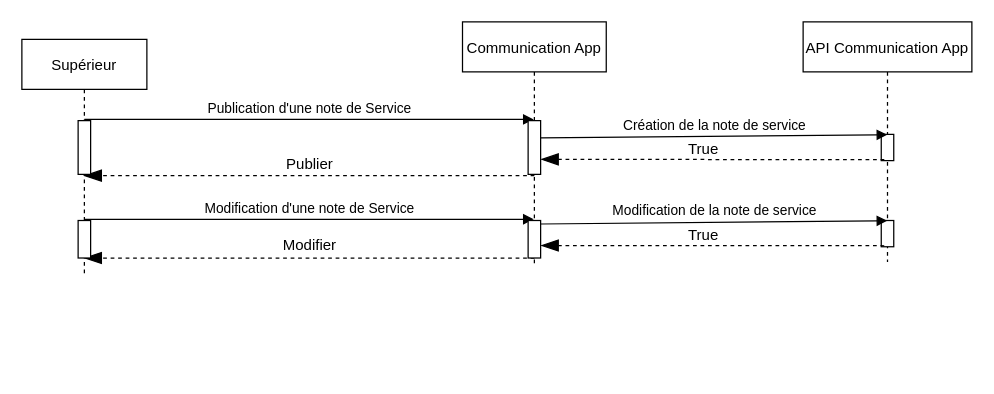
Before: page "Page-4" (4 of 5) of Diagramme sans nom.drawio in LewisYann/App-Asterisk, a draw.io diagram. Source tidied: cells renumbered, new cells numbered last; positions are measured from the earlier drawing's top-left corner, leaving out a move shared by most shapes. Both pictures are drawn from the tidied source at 125%, with x=0, y=0 at pixel (21, 21).
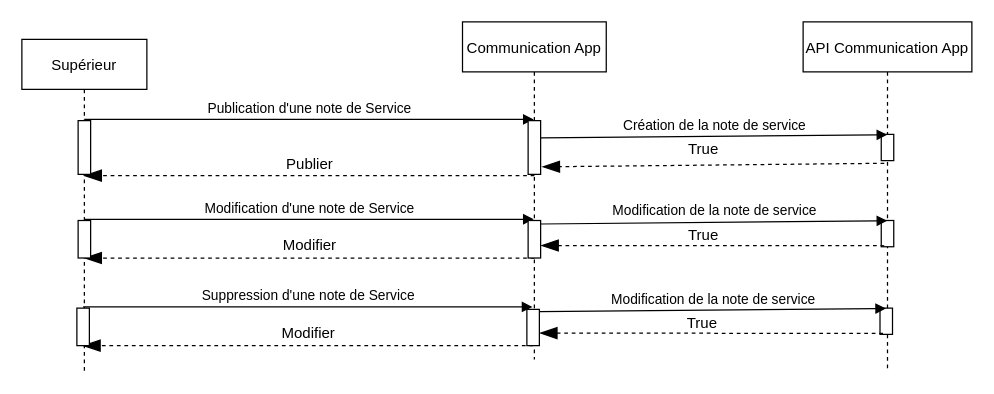
The same diagram, later.

Commit message:
Mettre à jour Diagramme sans nom.drawio

The change refers to these unchanged cells:
```xml
<mxCell id="9" style="points=[];perimeter=orthogonalPerimeter;rounded=0;shadow=0;strokeWidth=1;" parent="1" vertex="1">
  <mxGeometry x="405" y="79" width="10" height="43" as="geometry" />
</mxCell>
```

Change to the diagram source:
```diff
@@
     <mxCell id="2" value="Communication App" style="shape=umlLifeline;perimeter=lifelinePerimeter;rounded=0;shadow=0;strokeWidth=1;" parent="1" vertex="1">
-      <mxGeometry x="352.5" width="115" height="194" as="geometry" />
+      <mxGeometry x="352.5" width="115" height="270" as="geometry" />
     </mxCell>
     <mxCell id="3" value="Supérieur" style="shape=umlLifeline;perimeter=lifelinePerimeter;rounded=0;shadow=0;strokeWidth=1;" parent="1" vertex="1">
-      <mxGeometry y="14" width="100" height="188" as="geometry" />
+      <mxGeometry y="14" width="100" height="266" as="geometry" />
     </mxCell>
     <mxCell id="4" value="API Communication App" style="shape=umlLifeline;perimeter=lifelinePerimeter;rounded=0;shadow=0;strokeWidth=1;" parent="1" vertex="1">
-      <mxGeometry x="625" width="135" height="192" as="geometry" />
+      <mxGeometry x="625" width="135" height="280" as="geometry" />
     </mxCell>
@@
-    <mxCell id="17" style="endArrow=blockThin;endFill=1;endSize=12;html=1;dashed=1;exitX=0.481;exitY=0.574;exitDx=0;exitDy=0;exitPerimeter=0;" parent="1" edge="1" source="4">
-      <mxGeometry relative="1" as="geometry">
-        <mxPoint x="415" y="110" as="targetPoint" />
-      </mxGeometry>
+    <mxCell id="17" style="endArrow=blockThin;endFill=1;endSize=12;html=1;dashed=1;exitX=0.481;exitY=0.404;exitDx=0;exitDy=0;exitPerimeter=0;entryX=1.1;entryY=0.86;entryDx=0;entryDy=0;entryPerimeter=0;" parent="1" edge="1" source="4" target="9">
+      <mxGeometry relative="1" as="geometry" />
     </mxCell>
@@
+    <mxCell id="23" value="Suppression d'une note de Service" style="html=1;verticalAlign=bottom;endArrow=block;strokeColor=#000000;" parent="1" edge="1">
+      <mxGeometry relative="1" as="geometry">
+        <mxPoint x="49" y="228" as="sourcePoint" />
+        <mxPoint x="408.5" y="228" as="targetPoint" />
+        <Array as="points">
+          <mxPoint x="69" y="228" />
+          <mxPoint x="149" y="228" />
+          <mxPoint x="219" y="228" />
+        </Array>
+      </mxGeometry>
+    </mxCell>
+    <mxCell id="24" style="endArrow=blockThin;endFill=1;endSize=12;html=1;dashed=1;exitX=0.5;exitY=1;exitDx=0;exitDy=0;exitPerimeter=0;" parent="1" edge="1">
+      <mxGeometry relative="1" as="geometry">
+        <mxPoint x="409" y="259" as="sourcePoint" />
+        <mxPoint x="48.5" y="259" as="targetPoint" />
+      </mxGeometry>
+    </mxCell>
+    <mxCell id="25" style="perimeter=orthogonalPerimeter;rounded=0;shadow=0;strokeWidth=1;" parent="1" vertex="1">
+      <mxGeometry x="44" y="229" width="10" height="30" as="geometry" />
+    </mxCell>
+    <mxCell id="26" value="Modifier" style="text;html=1;align=center;verticalAlign=middle;strokeColor=none;" parent="1" vertex="1">
+      <mxGeometry x="199" y="239" width="60" height="20" as="geometry" />
+    </mxCell>
+    <mxCell id="27" style="perimeter=orthogonalPerimeter;rounded=0;shadow=0;strokeWidth=1;" parent="1" vertex="1">
+      <mxGeometry x="404" y="230" width="10" height="29" as="geometry" />
+    </mxCell>
+    <mxCell id="28" style="points=[];perimeter=orthogonalPerimeter;rounded=0;shadow=0;strokeWidth=1;" parent="1" vertex="1">
+      <mxGeometry x="686.5" y="229" width="10" height="21" as="geometry" />
+    </mxCell>
+    <mxCell id="29" value="Modification de la note de service" style="html=1;verticalAlign=bottom;endArrow=block;strokeColor=#000000;entryX=0.485;entryY=0.011;entryDx=0;entryDy=0;entryPerimeter=0;" parent="1" edge="1" target="28">
+      <mxGeometry relative="1" as="geometry">
+        <mxPoint x="414" y="231.8" as="sourcePoint" />
+      </mxGeometry>
+    </mxCell>
+    <mxCell id="30" style="endArrow=blockThin;endFill=1;endSize=12;html=1;dashed=1;exitX=0.481;exitY=0.574;exitDx=0;exitDy=0;exitPerimeter=0;" parent="1" edge="1">
+      <mxGeometry relative="1" as="geometry">
+        <mxPoint x="688.9" y="249.2" as="sourcePoint" />
+        <mxPoint x="414" y="249" as="targetPoint" />
+      </mxGeometry>
+    </mxCell>
+    <mxCell id="31" value="True" style="text;html=1;align=center;verticalAlign=middle;strokeColor=none;" parent="1" vertex="1">
+      <mxGeometry x="524" y="231" width="40" height="20" as="geometry" />
+    </mxCell>
```
